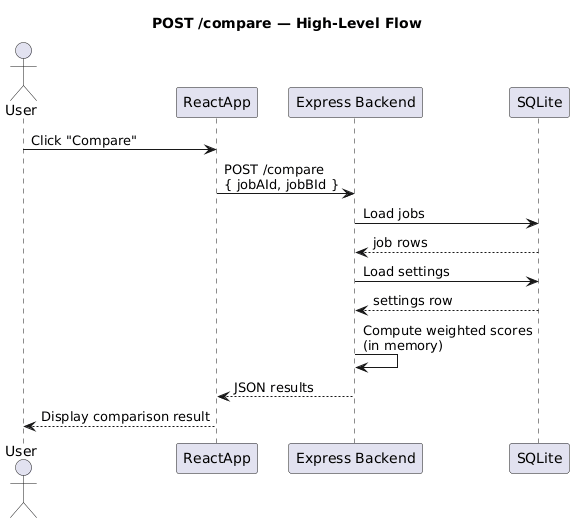
The PlantUML diagram images/CompareFlow_Diagram.png in seattlefurby17/jobCompareApp, before a commit. The source it was exported from:
```plantuml
@startuml
title POST /compare — High‑Level Flow

actor User
participant ReactApp
participant Backend as "Express Backend"
participant Database as "SQLite"

User -> ReactApp: Click "Compare"
ReactApp -> Backend: POST /compare\n{ jobAId, jobBId }

Backend -> Database: Load jobs
Database --> Backend: job rows

Backend -> Database: Load settings
Database --> Backend: settings row

Backend -> Backend: Compute weighted scores\n(in memory)

Backend --> ReactApp: JSON results
ReactApp --> User: Display comparison result
@enduml
```
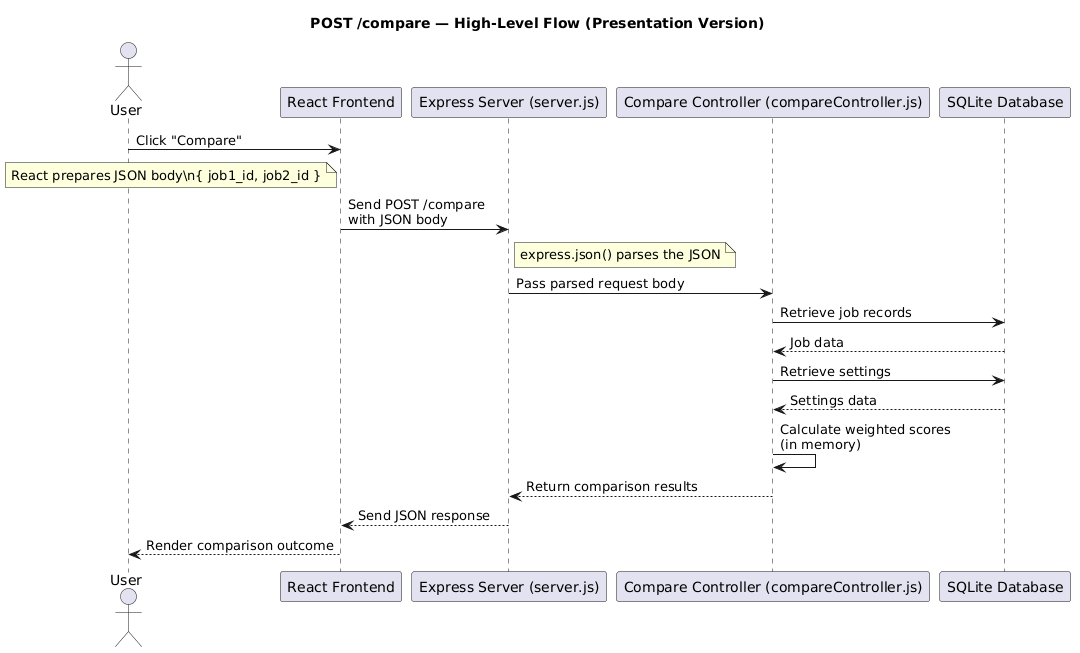
Later version of the same file.

The edit, as a diff of the source:
```diff
@@ -1,22 +1,37 @@
 @startuml
-title POST /compare — High‑Level Flow
+title POST /compare — High‑Level Flow (Presentation Version)
 
 actor User
-participant ReactApp
-participant Backend as "Express Backend"
-participant Database as "SQLite"
+participant ReactApp as "React Frontend"
+participant BackendServer as "Express Server (server.js)"
+participant BackendController as "Compare Controller (compareController.js)"
+participant Database as "SQLite Database"
 
 User -> ReactApp: Click "Compare"
-ReactApp -> Backend: POST /compare\n{ jobAId, jobBId }
 
-Backend -> Database: Load jobs
-Database --> Backend: job rows
+note left of ReactApp
+  React prepares JSON body\n{ job1_id, job2_id }
+end note
 
-Backend -> Database: Load settings
-Database --> Backend: settings row
+ReactApp -> BackendServer: Send POST /compare\nwith JSON body
 
-Backend -> Backend: Compute weighted scores\n(in memory)
+note right of BackendServer
+  express.json() parses the JSON
+end note
 
-Backend --> ReactApp: JSON results
-ReactApp --> User: Display comparison result
+BackendServer -> BackendController: Pass parsed request body
+
+BackendController -> Database: Retrieve job records
+Database --> BackendController: Job data
+
+BackendController -> Database: Retrieve settings
+Database --> BackendController: Settings data
+
+BackendController -> BackendController: Calculate weighted scores\n(in memory)
+
+BackendController --> BackendServer: Return comparison results
+
+BackendServer --> ReactApp: Send JSON response
+
+ReactApp --> User: Render comparison outcome
 @enduml
```
